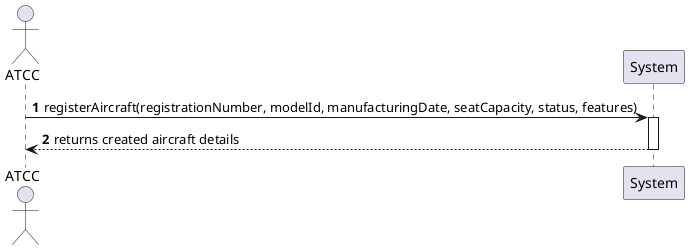
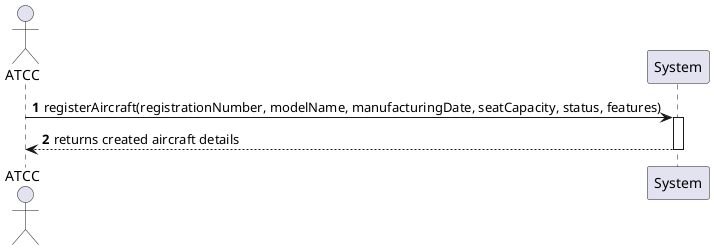
﻿@startuml
autonumber
actor "ATCC" as Actor
participant "System" as Sys
- Actor -> Sys : registerAircraft(registrationNumber, modelId, manufacturingDate, seatCapacity, status, features)
+ Actor -> Sys : registerAircraft(registrationNumber, modelName, manufacturingDate, seatCapacity, status, features)
activate Sys
Sys --> Actor : returns created aircraft details
deactivate Sys
@enduml


